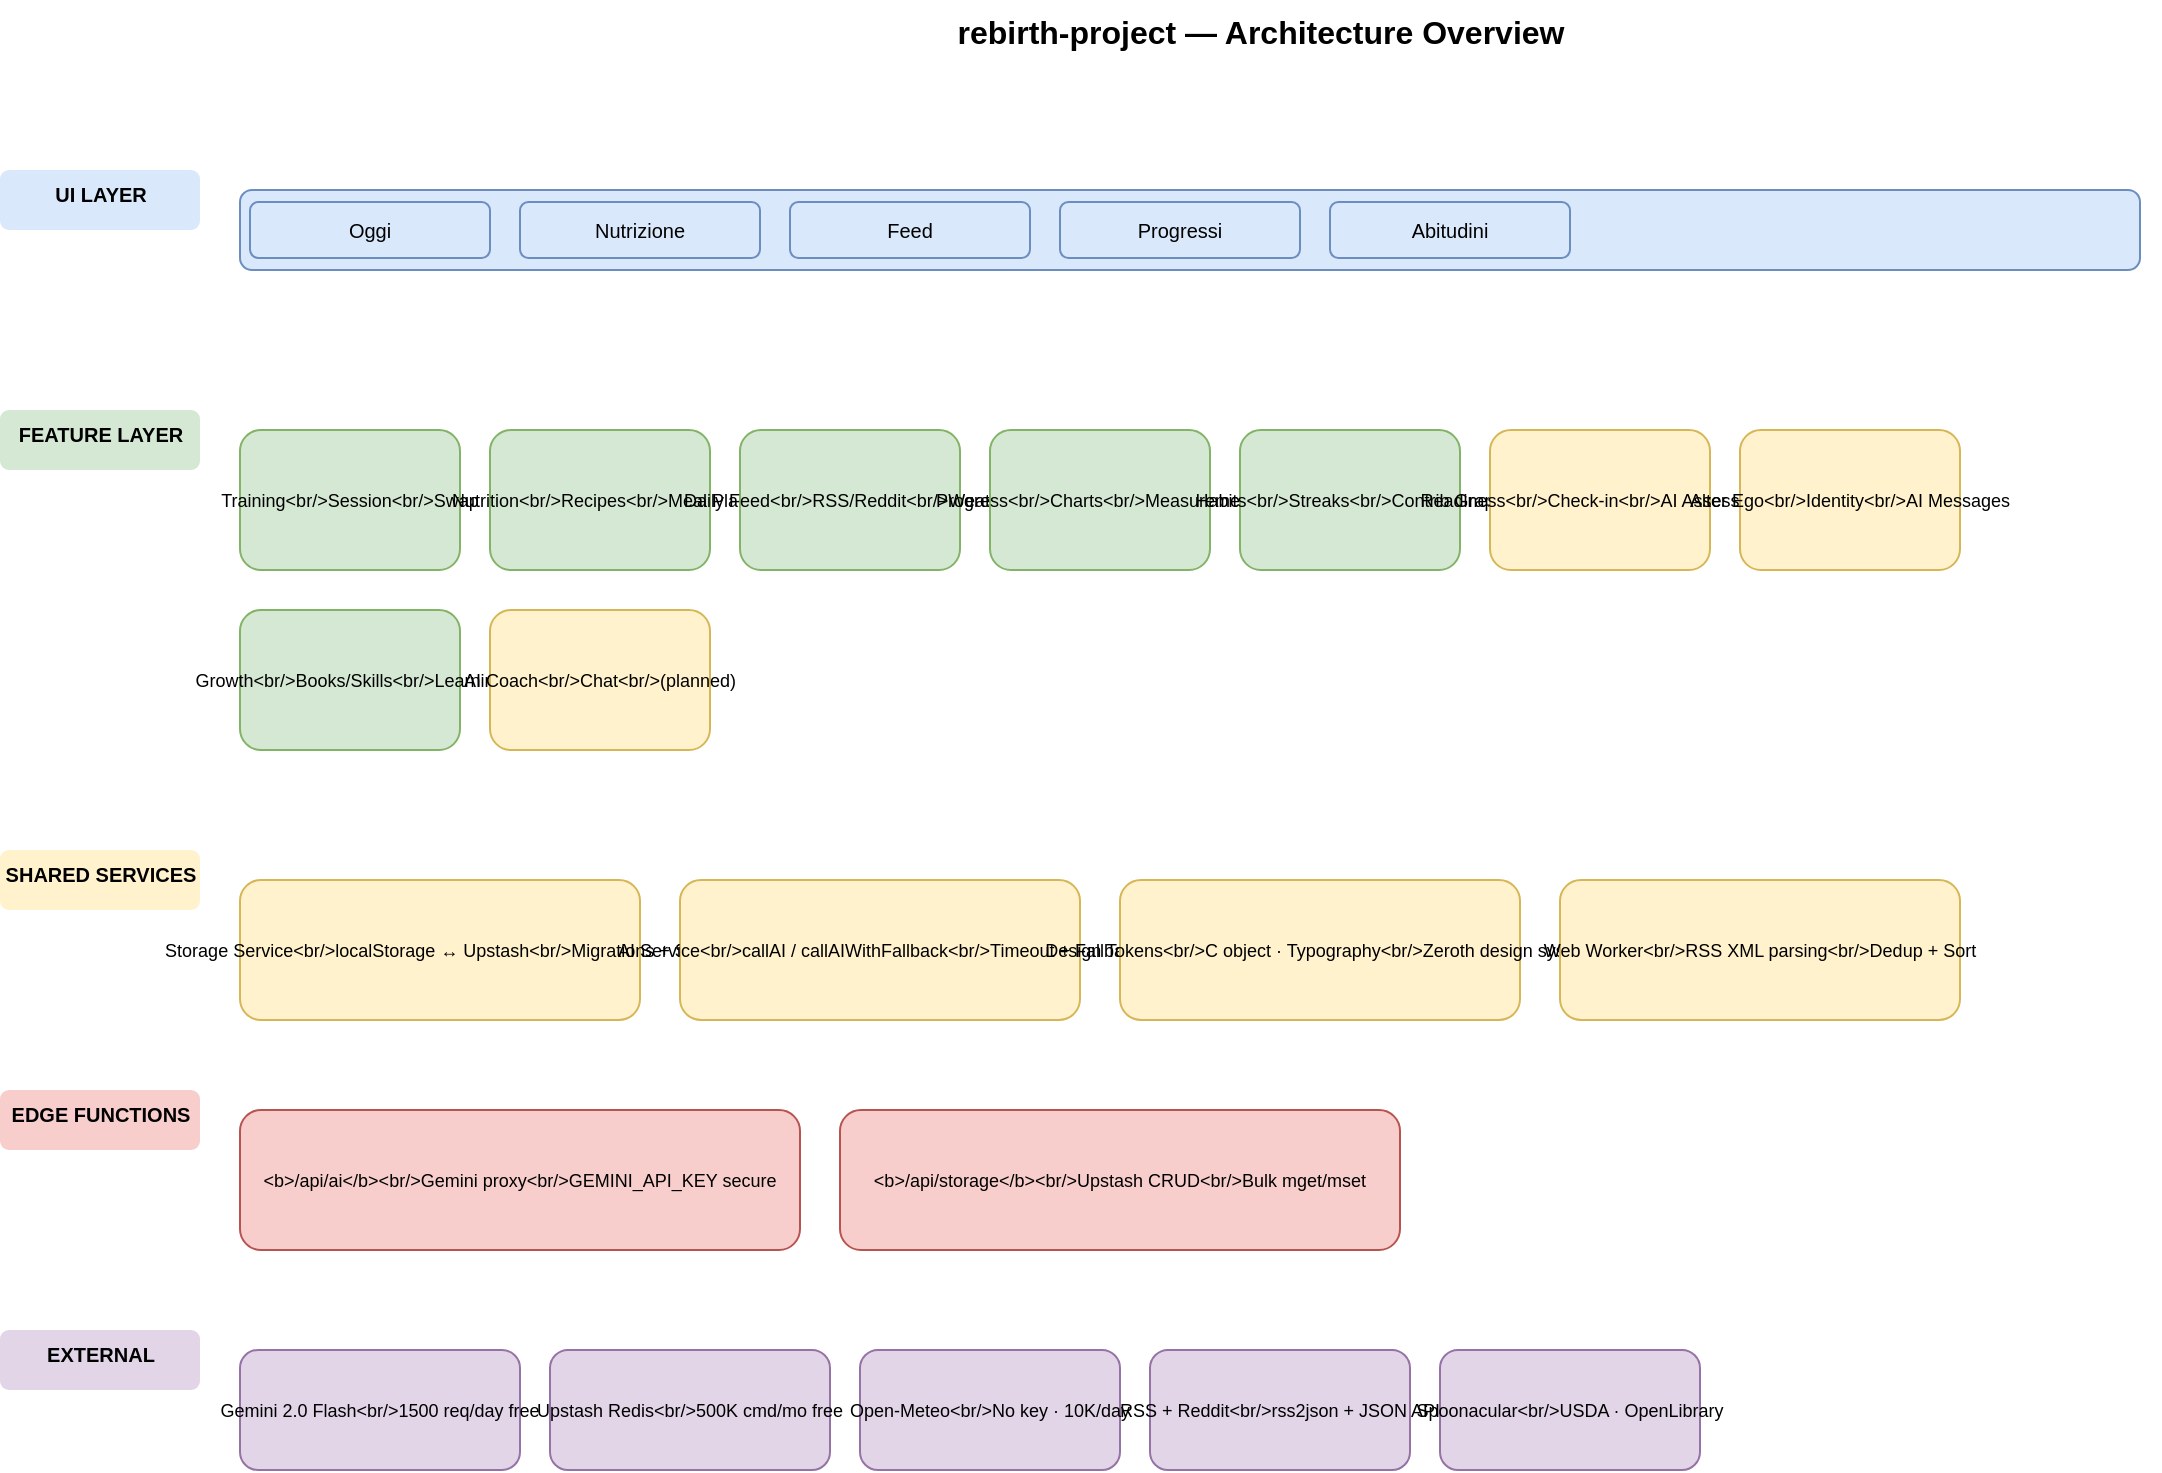
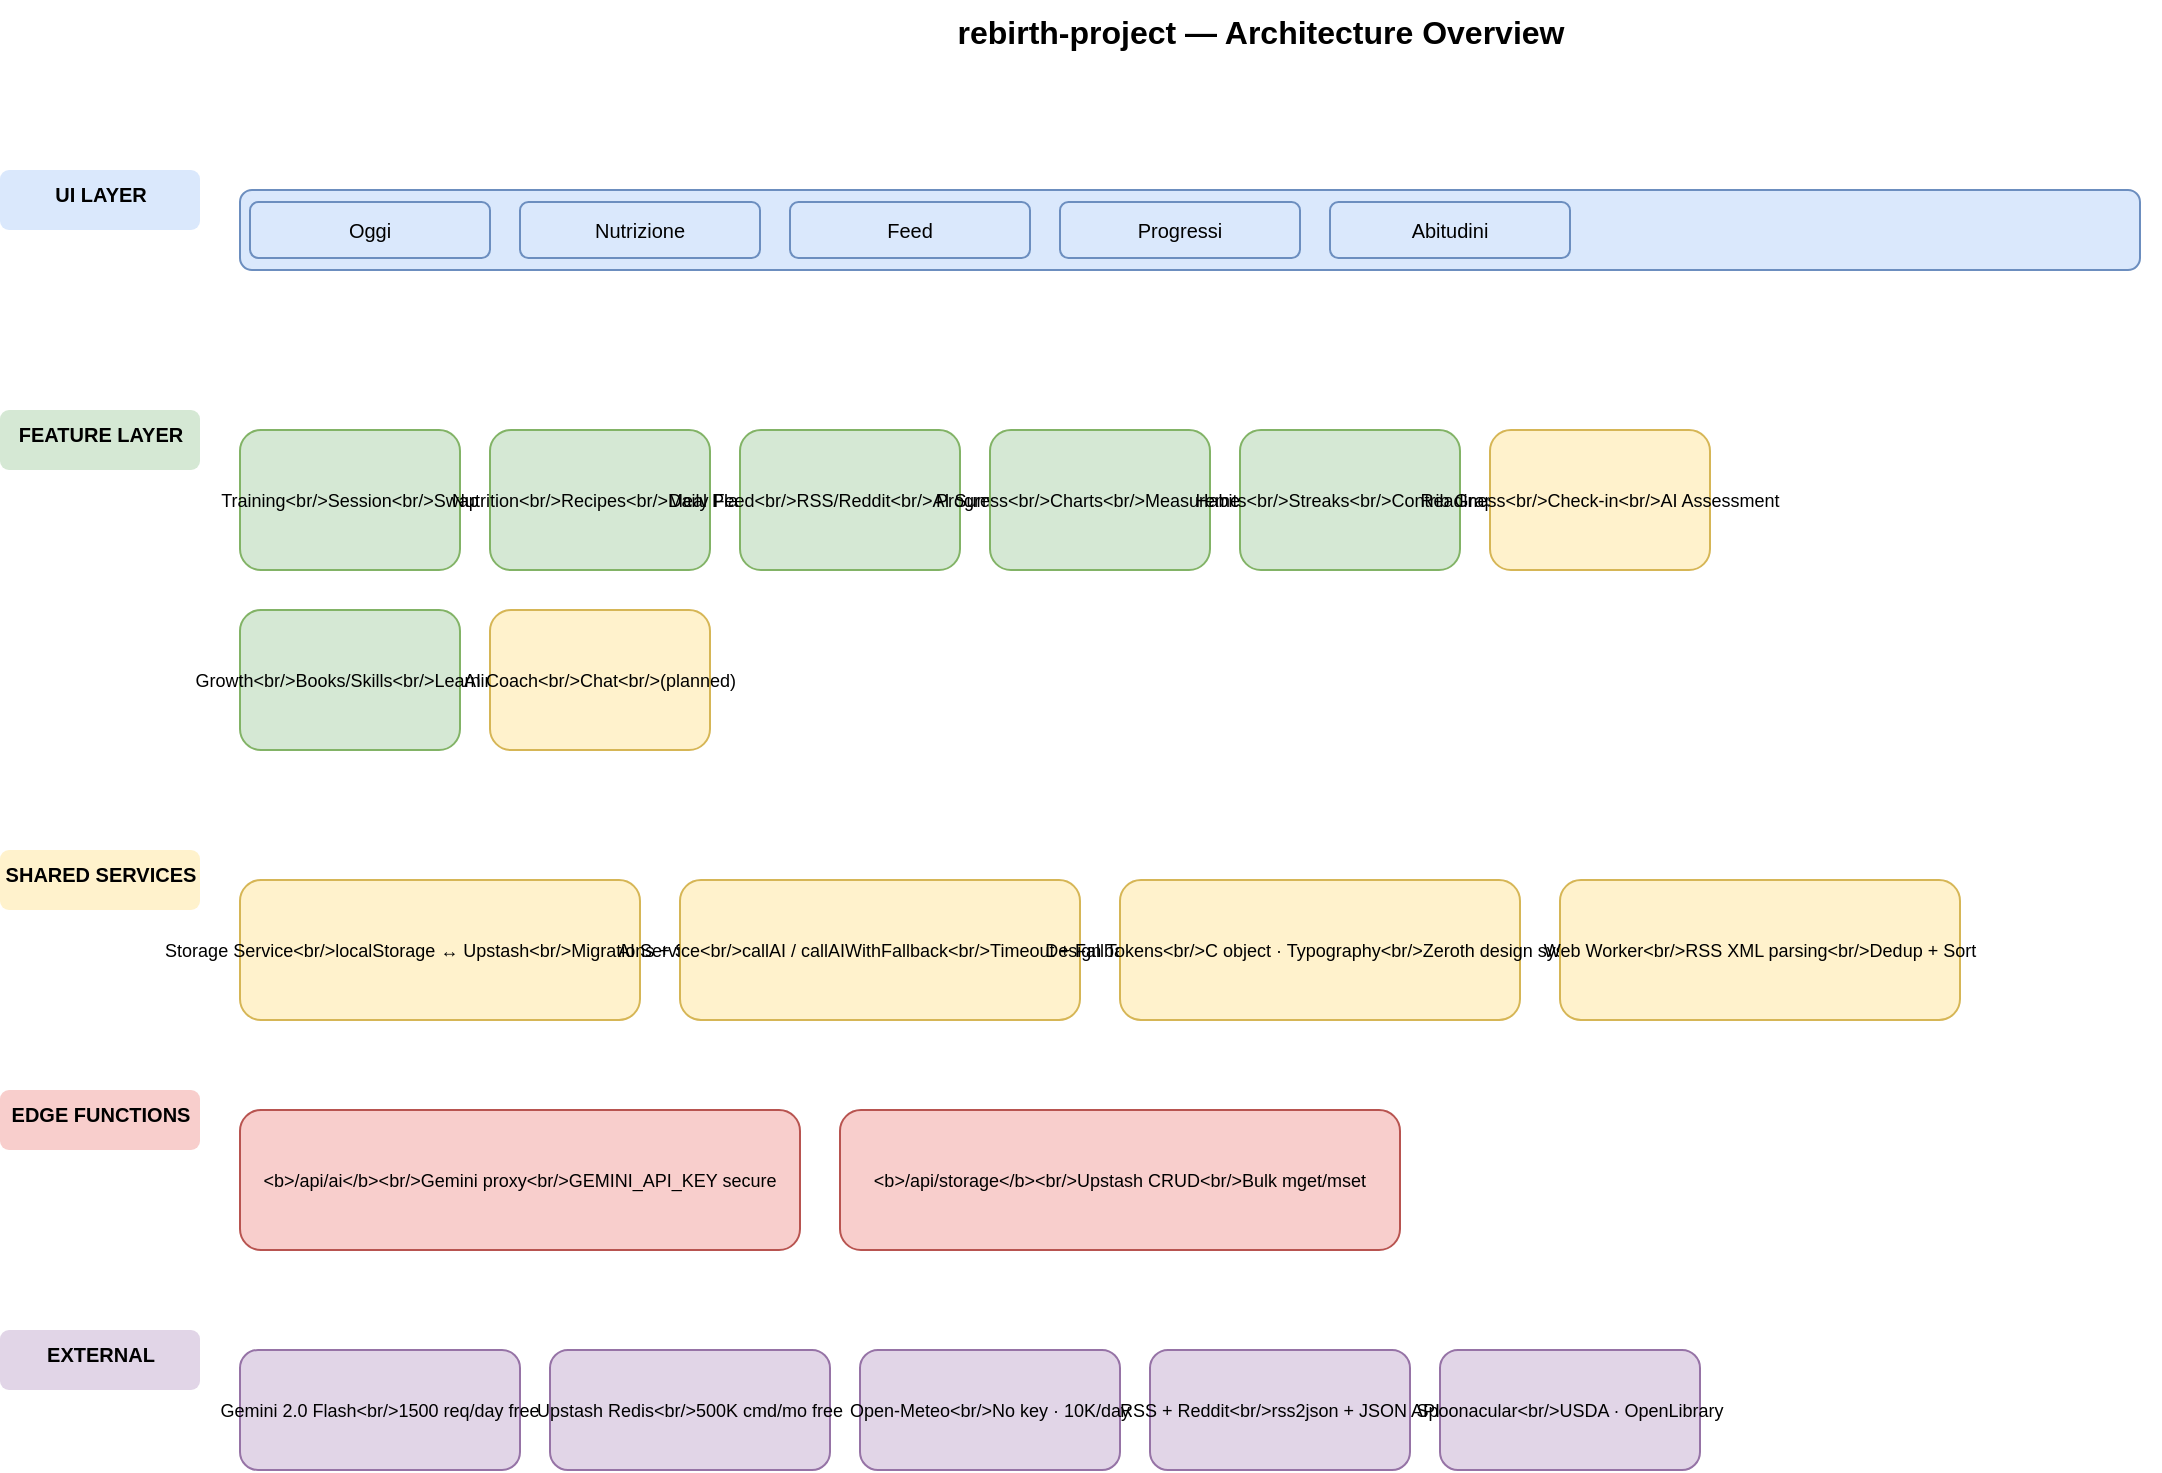
<mxfile host="Claude Code" version="21.0.0">
  <diagram name="Architecture Overview" id="arch-overview">
    <mxGraphModel dx="1400" dy="900" grid="1" gridSize="10">
      <root>
        <mxCell id="0"/><mxCell id="1" parent="0"/>

        <mxCell id="t1" value="rebirth-project — Architecture Overview" style="text;html=1;strokeColor=none;fillColor=none;align=center;fontSize=16;fontStyle=1;" vertex="1" parent="1">
          <mxGeometry x="200" y="15" width="900" height="30" as="geometry"/>
        </mxCell>

        <mxCell id="ll1" value="UI LAYER" style="text;html=1;strokeColor=none;fillColor=#dae8fc;align=center;fontStyle=1;fontSize=10;rounded=1;" vertex="1" parent="1">
          <mxGeometry x="20" y="100" width="100" height="30" as="geometry"/>
        </mxCell>
        <mxCell id="ll2" value="FEATURE LAYER" style="text;html=1;strokeColor=none;fillColor=#d5e8d4;align=center;fontStyle=1;fontSize=10;rounded=1;" vertex="1" parent="1">
          <mxGeometry x="20" y="220" width="100" height="30" as="geometry"/>
        </mxCell>
        <mxCell id="ll3" value="SHARED SERVICES" style="text;html=1;strokeColor=none;fillColor=#fff2cc;align=center;fontStyle=1;fontSize=10;rounded=1;" vertex="1" parent="1">
          <mxGeometry x="20" y="440" width="100" height="30" as="geometry"/>
        </mxCell>
        <mxCell id="ll4" value="EDGE FUNCTIONS" style="text;html=1;strokeColor=none;fillColor=#f8cecc;align=center;fontStyle=1;fontSize=10;rounded=1;" vertex="1" parent="1">
          <mxGeometry x="20" y="560" width="100" height="30" as="geometry"/>
        </mxCell>
        <mxCell id="ll5" value="EXTERNAL" style="text;html=1;strokeColor=none;fillColor=#e1d5e7;align=center;fontStyle=1;fontSize=10;rounded=1;" vertex="1" parent="1">
          <mxGeometry x="20" y="680" width="100" height="30" as="geometry"/>
        </mxCell>

        <mxCell id="nav" value="Bottom Nav" style="rounded=1;fillColor=#dae8fc;strokeColor=#6c8ebf;fontSize=10;" vertex="1" parent="1">
          <mxGeometry x="140" y="110" width="950" height="40" as="geometry"/>
        </mxCell>
        <mxCell id="t_oggi" value="Oggi" style="rounded=1;fillColor=#dae8fc;strokeColor=#6c8ebf;fontSize=10;" vertex="1" parent="1">
          <mxGeometry x="145" y="116" width="120" height="28" as="geometry"/>
        </mxCell>
        <mxCell id="t_cibo" value="Nutrizione" style="rounded=1;fillColor=#dae8fc;strokeColor=#6c8ebf;fontSize=10;" vertex="1" parent="1">
          <mxGeometry x="280" y="116" width="120" height="28" as="geometry"/>
        </mxCell>
        <mxCell id="t_feed" value="Feed" style="rounded=1;fillColor=#dae8fc;strokeColor=#6c8ebf;fontSize=10;" vertex="1" parent="1">
          <mxGeometry x="415" y="116" width="120" height="28" as="geometry"/>
        </mxCell>
        <mxCell id="t_prog" value="Progressi" style="rounded=1;fillColor=#dae8fc;strokeColor=#6c8ebf;fontSize=10;" vertex="1" parent="1">
          <mxGeometry x="550" y="116" width="120" height="28" as="geometry"/>
        </mxCell>
        <mxCell id="t_habit" value="Abitudini" style="rounded=1;fillColor=#dae8fc;strokeColor=#6c8ebf;fontSize=10;" vertex="1" parent="1">
          <mxGeometry x="685" y="116" width="120" height="28" as="geometry"/>
        </mxCell>

        <mxCell id="f1" value="Training&lt;br/&gt;Session&lt;br/&gt;Swap" style="rounded=1;fillColor=#d5e8d4;strokeColor=#82b366;fontSize=9;align=center;" vertex="1" parent="1">
          <mxGeometry x="140" y="230" width="110" height="70" as="geometry"/>
        </mxCell>
        <mxCell id="f2" value="Nutrition&lt;br/&gt;Recipes&lt;br/&gt;Meal Plan" style="rounded=1;fillColor=#d5e8d4;strokeColor=#82b366;fontSize=9;align=center;" vertex="1" parent="1">
          <mxGeometry x="265" y="230" width="110" height="70" as="geometry"/>
        </mxCell>
-         <mxCell id="f3" value="Daily Feed&lt;br/&gt;RSS/Reddit&lt;br/&gt;Weather" style="rounded=1;fillColor=#d5e8d4;strokeColor=#82b366;fontSize=9;align=center;" vertex="1" parent="1">
+         <mxCell id="f3" value="Daily Feed&lt;br/&gt;RSS/Reddit&lt;br/&gt;AI Summary" style="rounded=1;fillColor=#d5e8d4;strokeColor=#82b366;fontSize=9;align=center;" vertex="1" parent="1">
          <mxGeometry x="390" y="230" width="110" height="70" as="geometry"/>
        </mxCell>
        <mxCell id="f4" value="Progress&lt;br/&gt;Charts&lt;br/&gt;Measurements" style="rounded=1;fillColor=#d5e8d4;strokeColor=#82b366;fontSize=9;align=center;" vertex="1" parent="1">
          <mxGeometry x="515" y="230" width="110" height="70" as="geometry"/>
        </mxCell>
        <mxCell id="f5" value="Habits&lt;br/&gt;Streaks&lt;br/&gt;Contrib Graph" style="rounded=1;fillColor=#d5e8d4;strokeColor=#82b366;fontSize=9;align=center;" vertex="1" parent="1">
          <mxGeometry x="640" y="230" width="110" height="70" as="geometry"/>
        </mxCell>
        <mxCell id="f6" value="Readiness&lt;br/&gt;Check-in&lt;br/&gt;AI Assessment" style="rounded=1;fillColor=#fff2cc;strokeColor=#d6b656;fontSize=9;align=center;" vertex="1" parent="1">
          <mxGeometry x="765" y="230" width="110" height="70" as="geometry"/>
        </mxCell>
-         <mxCell id="f7" value="Alter Ego&lt;br/&gt;Identity&lt;br/&gt;AI Messages" style="rounded=1;fillColor=#fff2cc;strokeColor=#d6b656;fontSize=9;align=center;" vertex="1" parent="1">
-           <mxGeometry x="890" y="230" width="110" height="70" as="geometry"/>
-         </mxCell>
-         <mxCell id="f9" value="Growth&lt;br/&gt;Books/Skills&lt;br/&gt;Learning" style="rounded=1;fillColor=#d5e8d4;strokeColor=#82b366;fontSize=9;align=center;" vertex="1" parent="1">
+ <mxCell id="f9" value="Growth&lt;br/&gt;Books/Skills&lt;br/&gt;Learning" style="rounded=1;fillColor=#d5e8d4;strokeColor=#82b366;fontSize=9;align=center;" vertex="1" parent="1">
          <mxGeometry x="140" y="320" width="110" height="70" as="geometry"/>
        </mxCell>
        <mxCell id="f10" value="AI Coach&lt;br/&gt;Chat&lt;br/&gt;(planned)" style="rounded=1;fillColor=#fff2cc;strokeColor=#d6b656;fontSize=9;align=center;" vertex="1" parent="1">
          <mxGeometry x="265" y="320" width="110" height="70" as="geometry"/>
        </mxCell>

        <mxCell id="s1" value="Storage Service&lt;br/&gt;localStorage ↔ Upstash&lt;br/&gt;Migrations + Sync" style="rounded=1;fillColor=#fff2cc;strokeColor=#d6b656;fontSize=9;align=center;" vertex="1" parent="1">
          <mxGeometry x="140" y="455" width="200" height="70" as="geometry"/>
        </mxCell>
        <mxCell id="s2" value="AI Service&lt;br/&gt;callAI / callAIWithFallback&lt;br/&gt;Timeout + Fallback" style="rounded=1;fillColor=#fff2cc;strokeColor=#d6b656;fontSize=9;align=center;" vertex="1" parent="1">
          <mxGeometry x="360" y="455" width="200" height="70" as="geometry"/>
        </mxCell>
        <mxCell id="s3" value="Design Tokens&lt;br/&gt;C object · Typography&lt;br/&gt;Zeroth design system" style="rounded=1;fillColor=#fff2cc;strokeColor=#d6b656;fontSize=9;align=center;" vertex="1" parent="1">
          <mxGeometry x="580" y="455" width="200" height="70" as="geometry"/>
        </mxCell>
        <mxCell id="s4" value="Web Worker&lt;br/&gt;RSS XML parsing&lt;br/&gt;Dedup + Sort" style="rounded=1;fillColor=#fff2cc;strokeColor=#d6b656;fontSize=9;align=center;" vertex="1" parent="1">
          <mxGeometry x="800" y="455" width="200" height="70" as="geometry"/>
        </mxCell>

        <mxCell id="e1" value="&lt;b&gt;/api/ai&lt;/b&gt;&lt;br/&gt;Gemini proxy&lt;br/&gt;GEMINI_API_KEY secure" style="rounded=1;fillColor=#f8cecc;strokeColor=#b85450;fontSize=9;align=center;" vertex="1" parent="1">
          <mxGeometry x="140" y="570" width="280" height="70" as="geometry"/>
        </mxCell>
        <mxCell id="e2" value="&lt;b&gt;/api/storage&lt;/b&gt;&lt;br/&gt;Upstash CRUD&lt;br/&gt;Bulk mget/mset" style="rounded=1;fillColor=#f8cecc;strokeColor=#b85450;fontSize=9;align=center;" vertex="1" parent="1">
          <mxGeometry x="440" y="570" width="280" height="70" as="geometry"/>
        </mxCell>

        <mxCell id="ex1" value="Gemini 2.0 Flash&lt;br/&gt;1500 req/day free" style="rounded=1;fillColor=#e1d5e7;strokeColor=#9673a6;fontSize=9;align=center;" vertex="1" parent="1">
          <mxGeometry x="140" y="690" width="140" height="60" as="geometry"/>
        </mxCell>
        <mxCell id="ex2" value="Upstash Redis&lt;br/&gt;500K cmd/mo free" style="rounded=1;fillColor=#e1d5e7;strokeColor=#9673a6;fontSize=9;align=center;" vertex="1" parent="1">
          <mxGeometry x="295" y="690" width="140" height="60" as="geometry"/>
        </mxCell>
        <mxCell id="ex3" value="Open-Meteo&lt;br/&gt;No key · 10K/day" style="rounded=1;fillColor=#e1d5e7;strokeColor=#9673a6;fontSize=9;align=center;" vertex="1" parent="1">
          <mxGeometry x="450" y="690" width="130" height="60" as="geometry"/>
        </mxCell>
        <mxCell id="ex4" value="RSS + Reddit&lt;br/&gt;rss2json + JSON API" style="rounded=1;fillColor=#e1d5e7;strokeColor=#9673a6;fontSize=9;align=center;" vertex="1" parent="1">
          <mxGeometry x="595" y="690" width="130" height="60" as="geometry"/>
        </mxCell>
        <mxCell id="ex5" value="Spoonacular&lt;br/&gt;USDA · OpenLibrary" style="rounded=1;fillColor=#e1d5e7;strokeColor=#9673a6;fontSize=9;align=center;" vertex="1" parent="1">
          <mxGeometry x="740" y="690" width="130" height="60" as="geometry"/>
        </mxCell>
      </root>
    </mxGraphModel>
  </diagram>
</mxfile>
